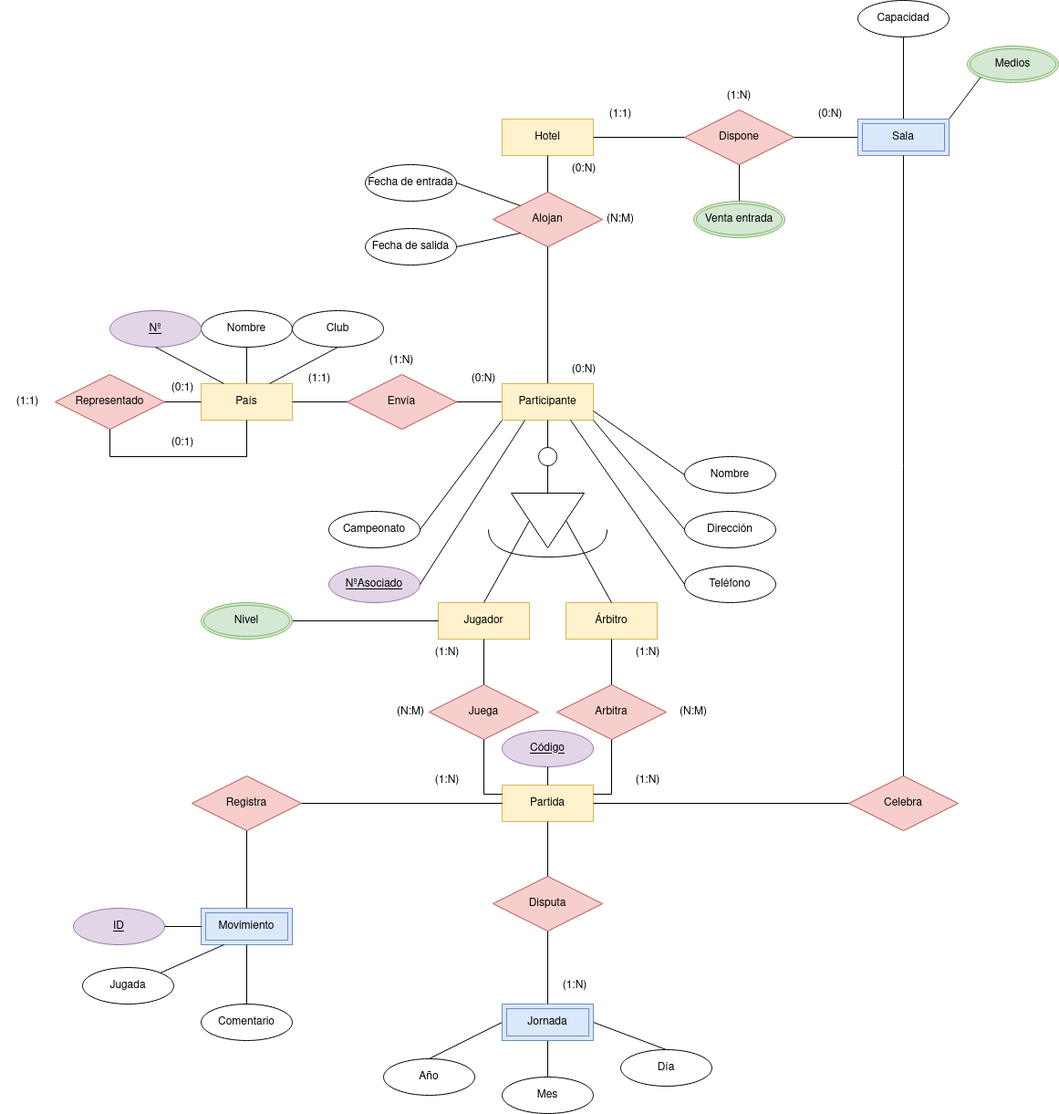
samugd17/base-datos-bae- keeps this draw.io diagram as TAREAS/Tareas clase/E-R/E-R Campeonato del mundo ajedrez.drawio.png. Above is the earlier version. Source tidied: cells renumbered, new cells last; positions are measured from the earlier drawing's top-left corner, leaving out a move shared by most shapes.
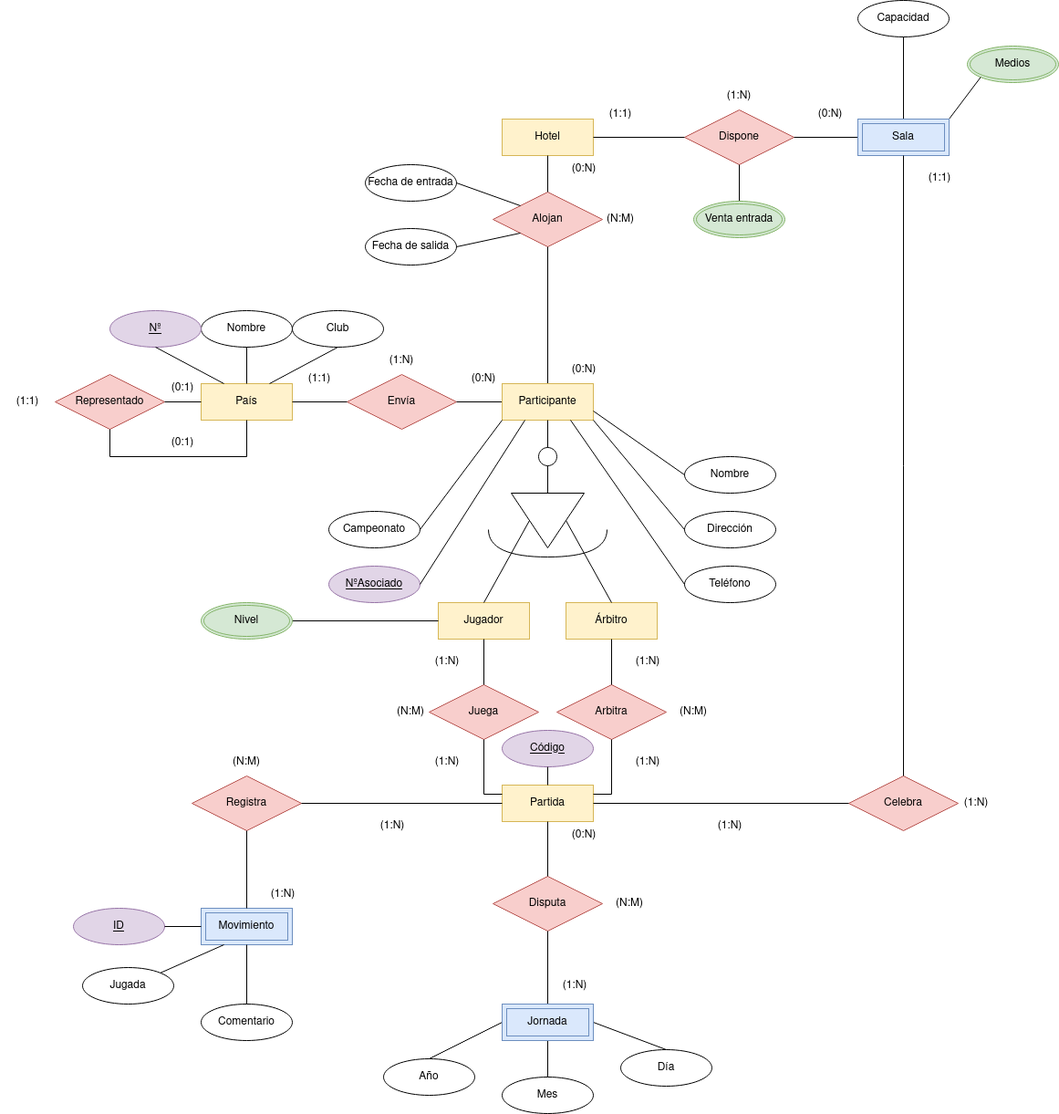
After the commit.

Diff of the diagram source:
```diff
@@ -291,16 +291,16 @@
       <mxGeometry relative="1" as="geometry" />
     </mxCell>
     <mxCell id="93" value="(1:N)" style="text;html=1;strokeColor=none;fillColor=none;align=center;verticalAlign=middle;whiteSpace=wrap;rounded=0;" parent="1" vertex="1">
-      <mxGeometry x="680" y="700" width="60" height="30" as="geometry" />
+      <mxGeometry x="680" y="710" width="60" height="30" as="geometry" />
     </mxCell>
     <mxCell id="94" value="(1:N)" style="text;html=1;strokeColor=none;fillColor=none;align=center;verticalAlign=middle;whiteSpace=wrap;rounded=0;" parent="1" vertex="1">
-      <mxGeometry x="680" y="840" width="60" height="30" as="geometry" />
+      <mxGeometry x="680" y="820" width="60" height="30" as="geometry" />
     </mxCell>
     <mxCell id="95" value="(1:N)" style="text;html=1;strokeColor=none;fillColor=none;align=center;verticalAlign=middle;whiteSpace=wrap;rounded=0;" parent="1" vertex="1">
-      <mxGeometry x="460" y="700" width="60" height="30" as="geometry" />
+      <mxGeometry x="460" y="710" width="60" height="30" as="geometry" />
     </mxCell>
     <mxCell id="96" value="(1:N)" style="text;html=1;strokeColor=none;fillColor=none;align=center;verticalAlign=middle;whiteSpace=wrap;rounded=0;" parent="1" vertex="1">
-      <mxGeometry x="460" y="840" width="60" height="30" as="geometry" />
+      <mxGeometry x="460" y="820" width="60" height="30" as="geometry" />
     </mxCell>
     <mxCell id="97" value="(N:M)" style="text;html=1;strokeColor=none;fillColor=none;align=center;verticalAlign=middle;whiteSpace=wrap;rounded=0;" parent="1" vertex="1">
       <mxGeometry x="730" y="765" width="60" height="30" as="geometry" />
@@ -329,5 +329,29 @@
     <mxCell id="105" value="(1:N)" style="text;html=1;strokeColor=none;fillColor=none;align=center;verticalAlign=middle;whiteSpace=wrap;rounded=0;" parent="1" vertex="1">
       <mxGeometry x="780" y="90" width="60" height="30" as="geometry" />
     </mxCell>
+    <mxCell id="106" value="(0:N)" style="text;html=1;strokeColor=none;fillColor=none;align=center;verticalAlign=middle;whiteSpace=wrap;rounded=0;" parent="1" vertex="1">
+      <mxGeometry x="610" y="900" width="60" height="30" as="geometry" />
+    </mxCell>
+    <mxCell id="107" value="(N:M)" style="text;html=1;strokeColor=none;fillColor=none;align=center;verticalAlign=middle;whiteSpace=wrap;rounded=0;" parent="1" vertex="1">
+      <mxGeometry x="660" y="975" width="60" height="30" as="geometry" />
+    </mxCell>
+    <mxCell id="108" value="(1:N)" style="text;html=1;strokeColor=none;fillColor=none;align=center;verticalAlign=middle;whiteSpace=wrap;rounded=0;" parent="1" vertex="1">
+      <mxGeometry x="280" y="965" width="60" height="30" as="geometry" />
+    </mxCell>
+    <mxCell id="109" value="(1:N)" style="text;html=1;strokeColor=none;fillColor=none;align=center;verticalAlign=middle;whiteSpace=wrap;rounded=0;" parent="1" vertex="1">
+      <mxGeometry x="400" y="890" width="60" height="30" as="geometry" />
+    </mxCell>
+    <mxCell id="110" value="(N:M)" style="text;html=1;strokeColor=none;fillColor=none;align=center;verticalAlign=middle;whiteSpace=wrap;rounded=0;" parent="1" vertex="1">
+      <mxGeometry x="240" y="820" width="60" height="30" as="geometry" />
+    </mxCell>
+    <mxCell id="111" value="(1:1)" style="text;html=1;strokeColor=none;fillColor=none;align=center;verticalAlign=middle;whiteSpace=wrap;rounded=0;" parent="1" vertex="1">
+      <mxGeometry x="1000" y="180" width="60" height="30" as="geometry" />
+    </mxCell>
+    <mxCell id="112" value="(1:N)" style="text;html=1;strokeColor=none;fillColor=none;align=center;verticalAlign=middle;whiteSpace=wrap;rounded=0;" parent="1" vertex="1">
+      <mxGeometry x="770" y="890" width="60" height="30" as="geometry" />
+    </mxCell>
+    <mxCell id="113" value="(1:N)" style="text;html=1;strokeColor=none;fillColor=none;align=center;verticalAlign=middle;whiteSpace=wrap;rounded=0;" parent="1" vertex="1">
+      <mxGeometry x="1040" y="865" width="60" height="30" as="geometry" />
+    </mxCell>
   </root>
 </mxGraphModel>
```
